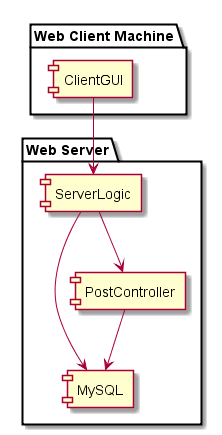
Earlier version of the PlantUML export Diagrams/Component diagram.png (Alexpechonov/my_website).
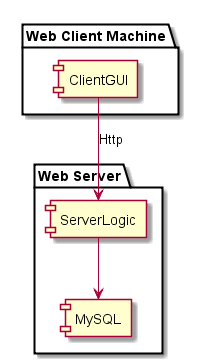
Above is the later version.

What changed in the source:
```diff
@@ -7,11 +7,8 @@
 package "Web Server" {
 [ServerLogic]
 [MySQL]
-[PostController]
 }
 
-[ClientGUI] --> [ServerLogic]
-[ServerLogic] --> [PostController]
+[ClientGUI] --> [ServerLogic] : Http
 [ServerLogic] --> [MySQL]
-[PostController] --> [MySQL]
 @enduml
```
